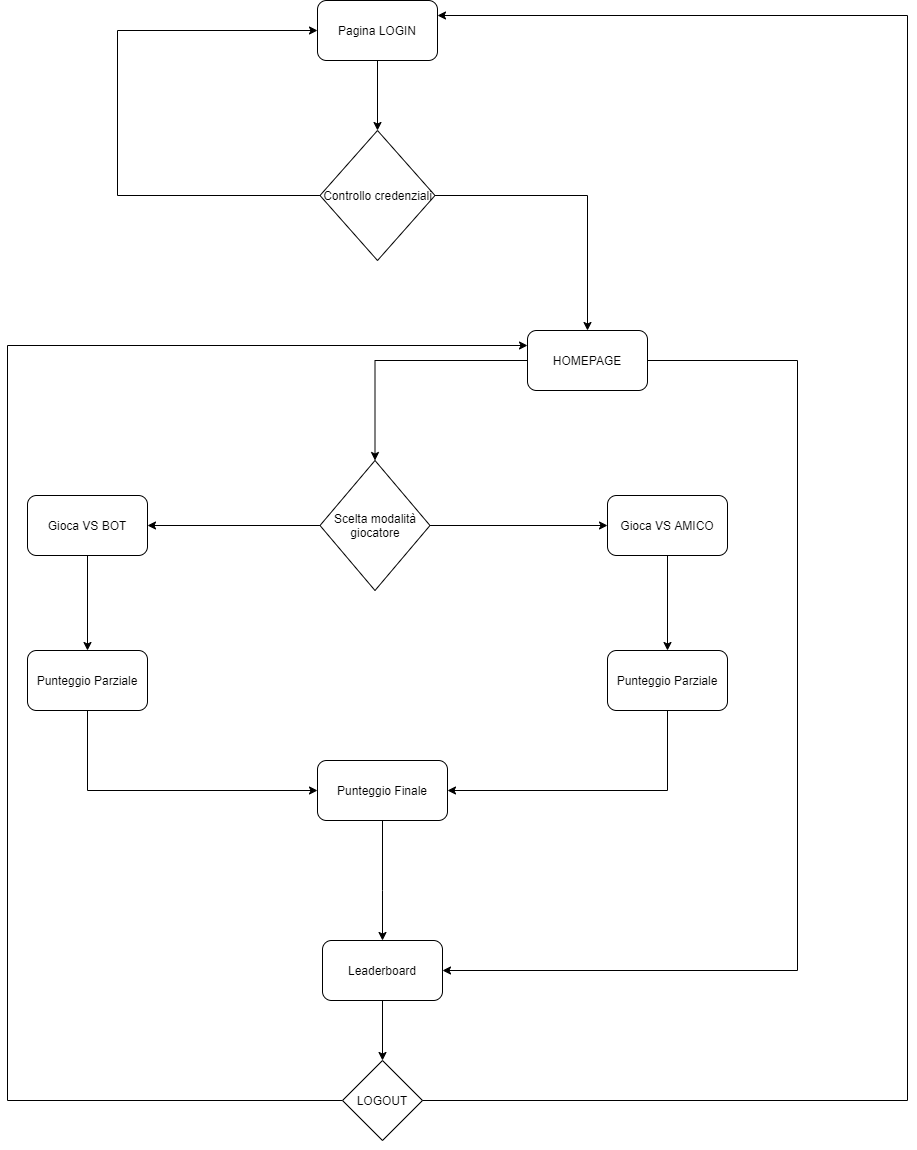
Earlier version of the draw.io export mappa/Mappa Progetto.png (picpaco/towers-of-wisdom). Source tidied: cells renumbered, new cells last; positions are measured from the earlier drawing's top-left corner, leaving out a move shared by most shapes.
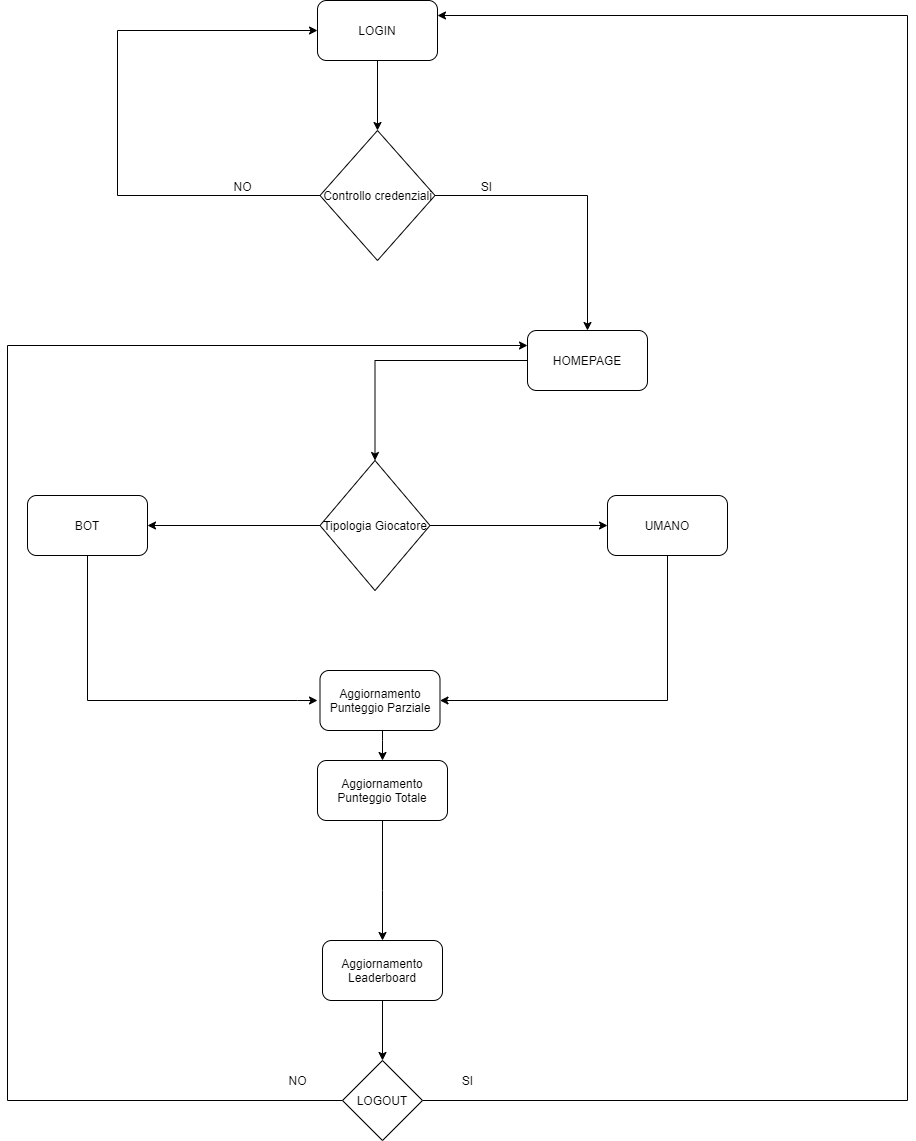
The same diagram one commit later.

What changed in the source:
```diff
@@ -5,7 +5,7 @@
     <mxCell id="2" style="edgeStyle=orthogonalEdgeStyle;rounded=0;jettySize=auto;html=1;entryX=0.5;entryY=0;entryDx=0;entryDy=0;" parent="1" edge="1" source="3" target="6">
       <mxGeometry relative="1" as="geometry" />
     </mxCell>
-    <mxCell id="3" value="Pagina LOGIN" style="rounded=1;whiteSpace=wrap;html=1;" parent="1" vertex="1">
+    <mxCell id="3" value="LOGIN" style="rounded=1;whiteSpace=wrap;html=1;" parent="1" vertex="1">
       <mxGeometry x="310" width="120" height="60" as="geometry" />
     </mxCell>
     <mxCell id="4" style="edgeStyle=orthogonalEdgeStyle;rounded=0;jettySize=auto;html=1;" parent="1" edge="1" source="6">
@@ -28,14 +28,6 @@
     <mxCell id="7" style="edgeStyle=orthogonalEdgeStyle;rounded=0;jettySize=auto;html=1;entryX=0.5;entryY=0;entryDx=0;entryDy=0;" parent="1" edge="1" source="9" target="12">
       <mxGeometry relative="1" as="geometry" />
     </mxCell>
-    <mxCell id="8" style="edgeStyle=orthogonalEdgeStyle;rounded=0;jettySize=auto;html=1;entryX=1;entryY=0.5;entryDx=0;entryDy=0;" parent="1" edge="1" source="9" target="24">
-      <mxGeometry relative="1" as="geometry">
-        <Array as="points">
-          <mxPoint x="790" y="360" />
-          <mxPoint x="790" y="970" />
-        </Array>
-      </mxGeometry>
-    </mxCell>
     <mxCell id="9" value="HOMEPAGE" style="rounded=1;whiteSpace=wrap;html=1;" parent="1" vertex="1">
       <mxGeometry x="520" y="330" width="120" height="60" as="geometry" />
     </mxCell>
@@ -47,19 +39,29 @@
     <mxCell id="11" style="edgeStyle=orthogonalEdgeStyle;rounded=0;jettySize=auto;html=1;entryX=0;entryY=0.5;entryDx=0;entryDy=0;" parent="1" edge="1" source="12" target="16">
       <mxGeometry relative="1" as="geometry" />
     </mxCell>
-    <mxCell id="12" value="Scelta modalità giocatore" style="rhombus;whiteSpace=wrap;html=1;" parent="1" vertex="1">
+    <mxCell id="12" value="Tipologia Giocatore" style="rhombus;whiteSpace=wrap;html=1;" parent="1" vertex="1">
       <mxGeometry x="312.5" y="460" width="110" height="130" as="geometry" />
     </mxCell>
-    <mxCell id="13" style="edgeStyle=orthogonalEdgeStyle;rounded=0;jettySize=auto;html=1;entryX=0.5;entryY=0;entryDx=0;entryDy=0;" parent="1" edge="1" source="14" target="20">
-      <mxGeometry relative="1" as="geometry" />
-    </mxCell>
+    <mxCell id="28" style="edgeStyle=orthogonalEdgeStyle;rounded=0;jettySize=auto;html=1;" parent="1" edge="1" source="14">
+      <mxGeometry relative="1" as="geometry">
+        <mxPoint x="310" y="700" as="targetPoint" />
+        <Array as="points">
+          <mxPoint x="80" y="700" />
+          <mxPoint x="290" y="700" />
+        </Array>
+      </mxGeometry>
+    </mxCell>
-    <mxCell id="14" value="Gioca VS BOT" style="rounded=1;whiteSpace=wrap;html=1;" parent="1" vertex="1">
+    <mxCell id="14" value="BOT" style="rounded=1;whiteSpace=wrap;html=1;" parent="1" vertex="1">
       <mxGeometry x="20" y="495" width="120" height="60" as="geometry" />
     </mxCell>
-    <mxCell id="15" style="edgeStyle=orthogonalEdgeStyle;rounded=0;jettySize=auto;html=1;entryX=0.5;entryY=0;entryDx=0;entryDy=0;" parent="1" edge="1" source="16" target="22">
-      <mxGeometry relative="1" as="geometry" />
+    <mxCell id="15" style="edgeStyle=orthogonalEdgeStyle;rounded=0;jettySize=auto;html=1;entryX=1;entryY=0.5;entryDx=0;entryDy=0;" parent="1" edge="1" source="16" target="20">
+      <mxGeometry relative="1" as="geometry">
+        <Array as="points">
+          <mxPoint x="660" y="700" />
+        </Array>
+      </mxGeometry>
     </mxCell>
-    <mxCell id="16" value="Gioca VS AMICO" style="rounded=1;whiteSpace=wrap;html=1;" parent="1" vertex="1">
+    <mxCell id="16" value="UMANO" style="rounded=1;whiteSpace=wrap;html=1;" parent="1" vertex="1">
       <mxGeometry x="600" y="495" width="120" height="60" as="geometry" />
     </mxCell>
     <mxCell id="17" style="edgeStyle=orthogonalEdgeStyle;rounded=0;jettySize=auto;html=1;entryX=0.5;entryY=0;entryDx=0;entryDy=0;" parent="1" edge="1" source="18" target="24">
@@ -70,36 +72,26 @@
         </Array>
       </mxGeometry>
     </mxCell>
-    <mxCell id="18" value="Punteggio Finale" style="rounded=1;whiteSpace=wrap;html=1;" parent="1" vertex="1">
+    <mxCell id="18" value="Aggiornamento Punteggio Totale" style="rounded=1;whiteSpace=wrap;html=1;" parent="1" vertex="1">
       <mxGeometry x="310" y="760" width="130" height="60" as="geometry" />
     </mxCell>
-    <mxCell id="19" style="edgeStyle=orthogonalEdgeStyle;rounded=0;jettySize=auto;html=1;" parent="1" edge="1" source="20">
-      <mxGeometry relative="1" as="geometry">
-        <mxPoint x="310" y="790" as="targetPoint" />
-        <Array as="points">
-          <mxPoint x="80" y="790" />
-        </Array>
-      </mxGeometry>
-    </mxCell>
+    <mxCell id="29" style="edgeStyle=orthogonalEdgeStyle;rounded=0;jettySize=auto;html=1;" parent="1" edge="1" source="20" target="18">
+      <mxGeometry relative="1" as="geometry">
+        <Array as="points">
+          <mxPoint x="375" y="740" />
+          <mxPoint x="375" y="740" />
+        </Array>
+      </mxGeometry>
+    </mxCell>
-    <mxCell id="20" value="Punteggio Parziale" style="rounded=1;whiteSpace=wrap;html=1;" parent="1" vertex="1">
-      <mxGeometry x="20" y="650" width="120" height="60" as="geometry" />
+    <mxCell id="20" value="Aggiornamento Punteggio Parziale" style="rounded=1;whiteSpace=wrap;html=1;" parent="1" vertex="1">
+      <mxGeometry x="312.5" y="670" width="120" height="60" as="geometry" />
     </mxCell>
-    <mxCell id="21" style="edgeStyle=orthogonalEdgeStyle;rounded=0;jettySize=auto;html=1;entryX=1;entryY=0.5;entryDx=0;entryDy=0;" parent="1" edge="1" source="22" target="18">
-      <mxGeometry relative="1" as="geometry">
-        <Array as="points">
-          <mxPoint x="660" y="790" />
-        </Array>
-      </mxGeometry>
-    </mxCell>
-    <mxCell id="22" value="Punteggio Parziale" style="rounded=1;whiteSpace=wrap;html=1;" parent="1" vertex="1">
-      <mxGeometry x="600" y="650" width="120" height="60" as="geometry" />
-    </mxCell>
     <mxCell id="23" style="edgeStyle=orthogonalEdgeStyle;rounded=0;jettySize=auto;html=1;" parent="1" edge="1" source="24">
       <mxGeometry relative="1" as="geometry">
         <mxPoint x="375" y="1060" as="targetPoint" />
       </mxGeometry>
     </mxCell>
-    <mxCell id="24" value="Leaderboard" style="rounded=1;whiteSpace=wrap;html=1;" parent="1" vertex="1">
+    <mxCell id="24" value="Aggiornamento Leaderboard" style="rounded=1;whiteSpace=wrap;html=1;" parent="1" vertex="1">
       <mxGeometry x="315" y="940" width="120" height="60" as="geometry" />
     </mxCell>
     <mxCell id="25" style="edgeStyle=orthogonalEdgeStyle;rounded=0;jettySize=auto;html=1;entryX=0;entryY=0.25;entryDx=0;entryDy=0;exitX=0;exitY=0.5;exitDx=0;exitDy=0;" parent="1" edge="1" source="27" target="9">
@@ -113,7 +105,6 @@
     <mxCell id="26" style="edgeStyle=orthogonalEdgeStyle;rounded=0;jettySize=auto;html=1;entryX=1;entryY=0.25;entryDx=0;entryDy=0;" parent="1" edge="1" source="27" target="3">
       <mxGeometry relative="1" as="geometry">
         <Array as="points">
-          <mxPoint x="375" y="1100" />
           <mxPoint x="900" y="1100" />
           <mxPoint x="900" y="15" />
         </Array>
@@ -122,5 +113,17 @@
     <mxCell id="27" value="LOGOUT" style="rhombus;whiteSpace=wrap;html=1;" parent="1" vertex="1">
       <mxGeometry x="335" y="1060" width="80" height="80" as="geometry" />
     </mxCell>
+    <mxCell id="30" value="SI" style="text;html=1;align=center;verticalAlign=middle;" parent="1" vertex="1">
+      <mxGeometry x="464" y="176" width="30" height="20" as="geometry" />
+    </mxCell>
+    <mxCell id="31" value="NO" style="text;html=1;align=center;verticalAlign=middle;" parent="1" vertex="1">
+      <mxGeometry x="220" y="176" width="30" height="20" as="geometry" />
+    </mxCell>
+    <mxCell id="32" value="SI" style="text;html=1;align=center;verticalAlign=middle;" parent="1" vertex="1">
+      <mxGeometry x="445" y="1070" width="30" height="20" as="geometry" />
+    </mxCell>
+    <mxCell id="33" value="NO" style="text;html=1;align=center;verticalAlign=middle;" parent="1" vertex="1">
+      <mxGeometry x="275" y="1070" width="30" height="20" as="geometry" />
+    </mxCell>
   </root>
 </mxGraphModel>
```
